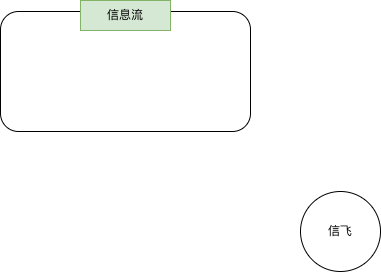
This is 流量来源.png from yuanlj-tea/picgo, a draw.io export, as it was before one commit. Source tidied: cells renumbered, new cells last; positions are measured from the earlier drawing's top-left corner, leaving out a move shared by most shapes.
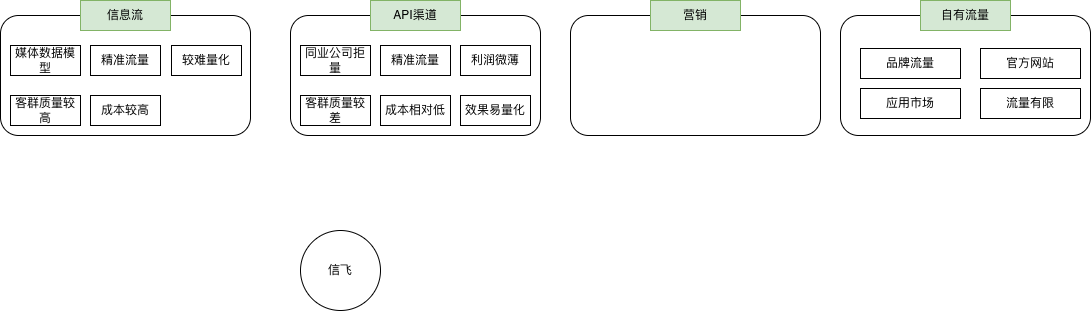
The same diagram one commit later.

Commit message:
更新流量来源.png

Change to the diagram source:
```diff
@@ -3,13 +3,76 @@
     <mxCell id="0" />
     <mxCell id="1" parent="0" />
     <mxCell id="2" value="信飞" style="ellipse;whiteSpace=wrap;html=1;" parent="1" vertex="1">
-      <mxGeometry x="300" y="191" width="80" height="80" as="geometry" />
+      <mxGeometry x="300" y="226" width="80" height="80" as="geometry" />
     </mxCell>
     <mxCell id="3" style="rounded=1;whiteSpace=wrap;html=1;" parent="1" vertex="1">
       <mxGeometry y="11" width="250" height="120" as="geometry" />
     </mxCell>
     <mxCell id="4" value="信息流" style="rounded=0;whiteSpace=wrap;html=1;fillColor=#d5e8d4;strokeColor=#82b366;" parent="1" vertex="1">
-      <mxGeometry x="80" width="90" height="30" as="geometry" />
+      <mxGeometry x="80" y="-4" width="90" height="30" as="geometry" />
     </mxCell>
+    <mxCell id="5" style="rounded=1;whiteSpace=wrap;html=1;" parent="1" vertex="1">
+      <mxGeometry x="290" y="11" width="250" height="120" as="geometry" />
+    </mxCell>
+    <mxCell id="6" value="API渠道" style="rounded=0;whiteSpace=wrap;html=1;fillColor=#d5e8d4;strokeColor=#82b366;" parent="1" vertex="1">
+      <mxGeometry x="370" y="-4" width="90" height="30" as="geometry" />
+    </mxCell>
+    <mxCell id="7" style="rounded=1;whiteSpace=wrap;html=1;" parent="1" vertex="1">
+      <mxGeometry x="570" y="11" width="250" height="120" as="geometry" />
+    </mxCell>
+    <mxCell id="8" value="营销" style="rounded=0;whiteSpace=wrap;html=1;fillColor=#d5e8d4;strokeColor=#82b366;" parent="1" vertex="1">
+      <mxGeometry x="650" y="-4" width="90" height="30" as="geometry" />
+    </mxCell>
+    <mxCell id="9" value="成本较高" style="rounded=0;whiteSpace=wrap;html=1;" parent="1" vertex="1">
+      <mxGeometry x="90" y="91" width="70" height="30" as="geometry" />
+    </mxCell>
+    <mxCell id="10" value="媒体数据模型" style="rounded=0;whiteSpace=wrap;html=1;" parent="1" vertex="1">
+      <mxGeometry x="10" y="41" width="70" height="30" as="geometry" />
+    </mxCell>
+    <mxCell id="11" value="精准流量" style="rounded=0;whiteSpace=wrap;html=1;" parent="1" vertex="1">
+      <mxGeometry x="90" y="41" width="70" height="30" as="geometry" />
+    </mxCell>
+    <mxCell id="12" value="客群质量较高" style="rounded=0;whiteSpace=wrap;html=1;" parent="1" vertex="1">
+      <mxGeometry x="10" y="91" width="70" height="30" as="geometry" />
+    </mxCell>
+    <mxCell id="13" style="rounded=1;whiteSpace=wrap;html=1;" parent="1" vertex="1">
+      <mxGeometry x="840" y="11" width="250" height="120" as="geometry" />
+    </mxCell>
+    <mxCell id="14" value="自有流量" style="rounded=0;whiteSpace=wrap;html=1;fillColor=#d5e8d4;strokeColor=#82b366;" parent="1" vertex="1">
+      <mxGeometry x="920" y="-4" width="90" height="30" as="geometry" />
+    </mxCell>
+    <mxCell id="15" value="品牌流量" style="rounded=0;whiteSpace=wrap;html=1;" parent="1" vertex="1">
+      <mxGeometry x="860" y="44" width="100" height="30" as="geometry" />
+    </mxCell>
+    <mxCell id="16" value="官方网站" style="rounded=0;whiteSpace=wrap;html=1;" parent="1" vertex="1">
+      <mxGeometry x="980" y="44" width="100" height="30" as="geometry" />
+    </mxCell>
+    <mxCell id="17" value="应用市场" style="rounded=0;whiteSpace=wrap;html=1;" parent="1" vertex="1">
+      <mxGeometry x="860" y="84" width="100" height="30" as="geometry" />
+    </mxCell>
+    <mxCell id="18" value="流量有限" style="rounded=0;whiteSpace=wrap;html=1;" parent="1" vertex="1">
+      <mxGeometry x="980" y="84" width="100" height="30" as="geometry" />
+    </mxCell>
+    <mxCell id="19" value="较难量化" style="rounded=0;whiteSpace=wrap;html=1;" parent="1" vertex="1">
+      <mxGeometry x="171" y="41" width="70" height="30" as="geometry" />
+    </mxCell>
+    <mxCell id="20" value="同业公司拒量" style="rounded=0;whiteSpace=wrap;html=1;" parent="1" vertex="1">
+      <mxGeometry x="300" y="41" width="70" height="30" as="geometry" />
+    </mxCell>
+    <mxCell id="21" value="精准流量" style="rounded=0;whiteSpace=wrap;html=1;" parent="1" vertex="1">
+      <mxGeometry x="380" y="41" width="70" height="30" as="geometry" />
+    </mxCell>
+    <mxCell id="22" value="客群质量较差" style="rounded=0;whiteSpace=wrap;html=1;" parent="1" vertex="1">
+      <mxGeometry x="300" y="91" width="70" height="30" as="geometry" />
+    </mxCell>
+    <mxCell id="23" value="成本相对低" style="rounded=0;whiteSpace=wrap;html=1;" parent="1" vertex="1">
+      <mxGeometry x="380" y="91" width="70" height="30" as="geometry" />
+    </mxCell>
+    <mxCell id="24" value="利润微薄" style="rounded=0;whiteSpace=wrap;html=1;" parent="1" vertex="1">
+      <mxGeometry x="460" y="41" width="70" height="30" as="geometry" />
+    </mxCell>
+    <mxCell id="25" value="效果易量化" style="rounded=0;whiteSpace=wrap;html=1;" parent="1" vertex="1">
+      <mxGeometry x="460" y="91" width="70" height="30" as="geometry" />
+    </mxCell>
   </root>
 </mxGraphModel>
```
